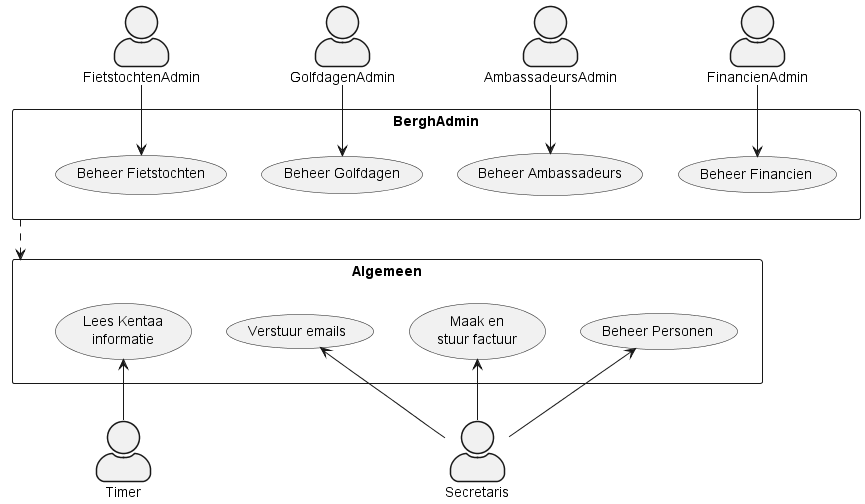
This is Doc/images/UseCaseModel.png from florisz/BerghAdmin, a PlantUML export, as it was before one commit. The source it was exported from:
```plantuml
@startuml UseCaseModel

skinparam actorStyle awesome
skinparam packageStyle rectangle

actor FietstochtenAdmin as A1
actor GolfdagenAdmin as A2
actor AmbassadeursAdmin as A3
actor FinancienAdmin as A4
actor Secretaris as A5
actor Timer as A6

package BerghAdmin {
    usecase (Beheer Fietstochten) as UC1
    usecase (Beheer Golfdagen) as UC2
    usecase (Beheer Ambassadeurs) as UC3
    usecase (Beheer Financien) as UC4
}

package Algemeen {
    usecase (Beheer Personen) as UC5
    usecase (Verstuur emails) as UC6
    usecase (Maak en\nstuur factuur) as UC7
    usecase (Lees Kentaa\ninformatie) as UC8
}

A1 --> UC1
A2 --> UC2
A3 --> UC3

A4 --> UC4

A5 -up-> UC5
A5 -up-> UC6
A5 -up-> UC7

A6 -up-> UC8

BerghAdmin .down.> Algemeen

@enduml
```
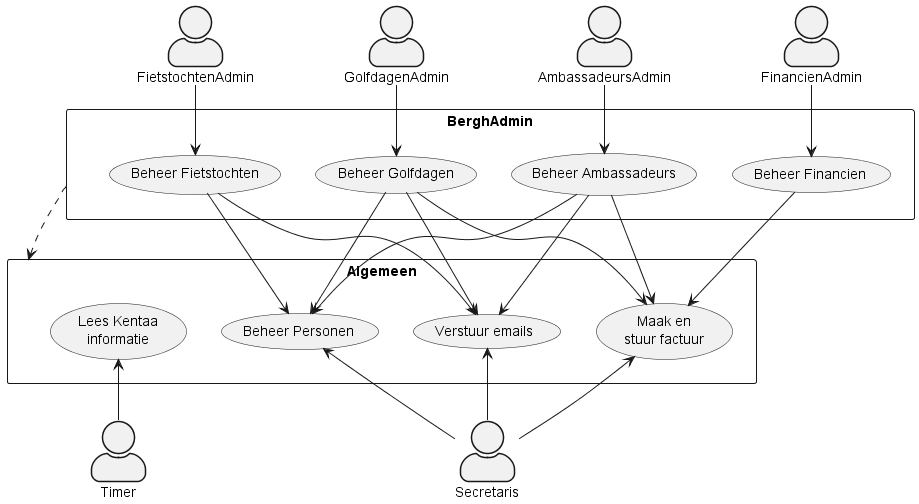
After the change.

What changed in the source:
```diff
@@ -3,12 +3,12 @@
 skinparam actorStyle awesome
 skinparam packageStyle rectangle
 
-actor FietstochtenAdmin as A1
-actor GolfdagenAdmin as A2
-actor AmbassadeursAdmin as A3
-actor FinancienAdmin as A4
-actor Secretaris as A5
-actor Timer as A6
+actor FietstochtenAdmin as FTA
+actor GolfdagenAdmin as GA
+actor AmbassadeursAdmin as AA
+actor FinancienAdmin as FA
+actor Secretaris as S
+actor Timer as T
 
 package BerghAdmin {
     usecase (Beheer Fietstochten) as UC1
@@ -24,18 +24,27 @@
     usecase (Lees Kentaa\ninformatie) as UC8
 }
 
-A1 --> UC1
-A2 --> UC2
-A3 --> UC3
+FTA --> UC1
+GA --> UC2
+AA --> UC3
 
-A4 --> UC4
+FA --> UC4
 
-A5 -up-> UC5
-A5 -up-> UC6
-A5 -up-> UC7
+S -up-> UC5
+S -up-> UC6
+S -up-> UC7
 
-A6 -up-> UC8
+T -up-> UC8
 
+UC1 --> UC5
+UC2 --> UC5
+UC3 --> UC5
+UC1 --> UC6
+UC2 --> UC6
+UC3 --> UC6
+UC2 --> UC7
+UC3 --> UC7
+UC4 --> UC7
 BerghAdmin .down.> Algemeen
 
 @enduml
```
